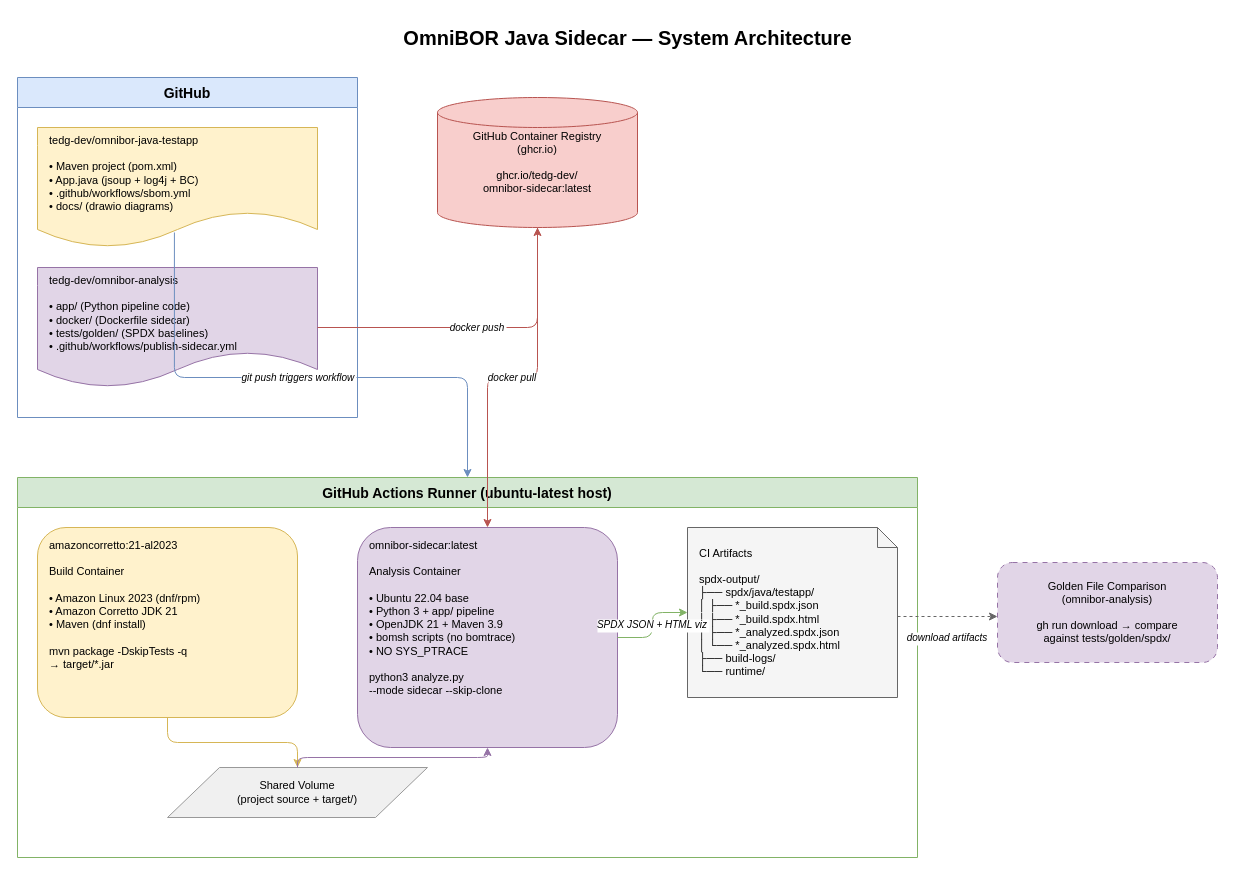
The draw.io diagram docs/architecture.drawio in tedg-dev/omnibor-java-testapp, before the edit. Source tidied: cells renumbered, new cells numbered last; positions are measured from the earlier drawing's top-left corner, leaving out a move shared by most shapes. Both pictures are drawn from the tidied source at 100%, with x=0, y=0 at pixel (17, 17).
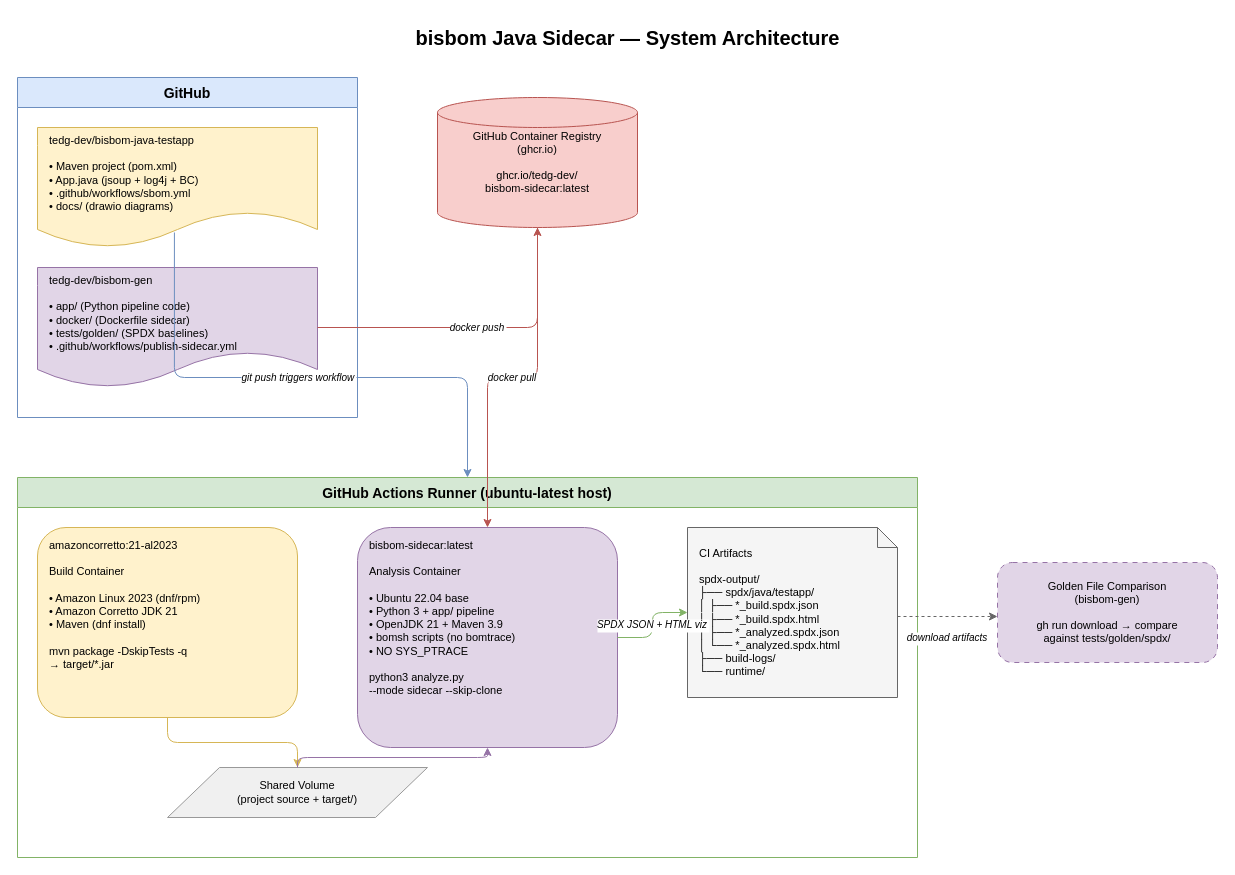
The same page after the edit.

Unchanged cells that the change refers to:
```xml
<mxCell id="3" value="GitHub" style="swimlane;startSize=30;fillColor=#dae8fc;strokeColor=#6c8ebf;fontSize=14;fontStyle=1;" parent="1" vertex="1">
  <mxGeometry y="60" width="340" height="340" as="geometry" />
</mxCell>
<mxCell id="8" value="GitHub Actions Runner (ubuntu-latest host)" style="swimlane;startSize=30;fillColor=#d5e8d4;strokeColor=#82b366;fontSize=14;fontStyle=1;" parent="1" vertex="1">
  <mxGeometry y="460" width="900" height="380" as="geometry" />
</mxCell>
```

Diff of the diagram source:
```diff
@@
-    <mxCell id="2" value="OmniBOR Java Sidecar — System Architecture" style="text;html=1;fontSize=20;fontStyle=1;align=center;verticalAlign=middle;" parent="1" vertex="1">
+    <mxCell id="2" value="bisbom Java Sidecar — System Architecture" style="text;html=1;fontSize=20;fontStyle=1;align=center;verticalAlign=middle;" parent="1" vertex="1">
       <mxGeometry x="360" width="500" height="40" as="geometry" />
     </mxCell>
@@
-    <mxCell id="4" value="tedg-dev/omnibor-java-testapp&#10;&#10;• Maven project (pom.xml)&#10;• App.java (jsoup + log4j + BC)&#10;• .github/workflows/sbom.yml&#10;• docs/ (drawio diagrams)" style="shape=document;whiteSpace=wrap;html=1;fillColor=#fff2cc;strokeColor=#d6b656;fontSize=11;align=left;spacingLeft=10;verticalAlign=top;" parent="3" vertex="1">
+    <mxCell id="4" value="tedg-dev/bisbom-java-testapp&#10;&#10;• Maven project (pom.xml)&#10;• App.java (jsoup + log4j + BC)&#10;• .github/workflows/sbom.yml&#10;• docs/ (drawio diagrams)" style="shape=document;whiteSpace=wrap;html=1;fillColor=#fff2cc;strokeColor=#d6b656;fontSize=11;align=left;spacingLeft=10;verticalAlign=top;" parent="3" vertex="1">
       <mxGeometry x="20" y="50" width="280" height="120" as="geometry" />
     </mxCell>
-    <mxCell id="5" value="tedg-dev/omnibor-analysis&#10;&#10;• app/ (Python pipeline code)&#10;• docker/ (Dockerfile sidecar)&#10;• tests/golden/ (SPDX baselines)&#10;• .github/workflows/publish-sidecar.yml" style="shape=document;whiteSpace=wrap;html=1;fillColor=#e1d5e7;strokeColor=#9673a6;fontSize=11;align=left;spacingLeft=10;verticalAlign=top;" parent="3" vertex="1">
+    <mxCell id="5" value="tedg-dev/bisbom-gen&#10;&#10;• app/ (Python pipeline code)&#10;• docker/ (Dockerfile sidecar)&#10;• tests/golden/ (SPDX baselines)&#10;• .github/workflows/publish-sidecar.yml" style="shape=document;whiteSpace=wrap;html=1;fillColor=#e1d5e7;strokeColor=#9673a6;fontSize=11;align=left;spacingLeft=10;verticalAlign=top;" parent="3" vertex="1">
       <mxGeometry x="20" y="190" width="280" height="120" as="geometry" />
     </mxCell>
-    <mxCell id="6" value="GitHub Container Registry&#10;(ghcr.io)&#10;&#10;ghcr.io/tedg-dev/&#10;  omnibor-sidecar:latest" style="shape=cylinder3;whiteSpace=wrap;html=1;fillColor=#f8cecc;strokeColor=#b85450;fontSize=11;size=15;" parent="1" vertex="1">
+    <mxCell id="6" value="GitHub Container Registry&#10;(ghcr.io)&#10;&#10;ghcr.io/tedg-dev/&#10;  bisbom-sidecar:latest" style="shape=cylinder3;whiteSpace=wrap;html=1;fillColor=#f8cecc;strokeColor=#b85450;fontSize=11;size=15;" parent="1" vertex="1">
       <mxGeometry x="420" y="80" width="200" height="130" as="geometry" />
     </mxCell>
@@
-    <mxCell id="10" value="omnibor-sidecar:latest&#10;&#10;Analysis Container&#10;&#10;• Ubuntu 22.04 base&#10;• Python 3 + app/ pipeline&#10;• OpenJDK 21 + Maven 3.9&#10;• bomsh scripts (no bomtrace)&#10;• NO SYS_PTRACE&#10;&#10;python3 analyze.py&#10;  --mode sidecar --skip-clone" style="rounded=1;whiteSpace=wrap;html=1;fillColor=#e1d5e7;strokeColor=#9673a6;fontSize=11;align=left;spacingLeft=10;verticalAlign=top;spacingTop=5;" parent="8" vertex="1">
+    <mxCell id="10" value="bisbom-sidecar:latest&#10;&#10;Analysis Container&#10;&#10;• Ubuntu 22.04 base&#10;• Python 3 + app/ pipeline&#10;• OpenJDK 21 + Maven 3.9&#10;• bomsh scripts (no bomtrace)&#10;• NO SYS_PTRACE&#10;&#10;python3 analyze.py&#10;  --mode sidecar --skip-clone" style="rounded=1;whiteSpace=wrap;html=1;fillColor=#e1d5e7;strokeColor=#9673a6;fontSize=11;align=left;spacingLeft=10;verticalAlign=top;spacingTop=5;" parent="8" vertex="1">
       <mxGeometry x="340" y="50" width="260" height="220" as="geometry" />
     </mxCell>
@@
-    <mxCell id="18" value="Golden File Comparison&#10;(omnibor-analysis)&#10;&#10;gh run download → compare&#10;against tests/golden/spdx/" style="rounded=1;whiteSpace=wrap;html=1;fillColor=#e1d5e7;strokeColor=#9673a6;fontSize=11;dashed=1;dashPattern=5 5;" parent="1" vertex="1">
+    <mxCell id="18" value="Golden File Comparison&#10;(bisbom-gen)&#10;&#10;gh run download → compare&#10;against tests/golden/spdx/" style="rounded=1;whiteSpace=wrap;html=1;fillColor=#e1d5e7;strokeColor=#9673a6;fontSize=11;dashed=1;dashPattern=5 5;" parent="1" vertex="1">
       <mxGeometry x="980" y="545" width="220" height="100" as="geometry" />
     </mxCell>
```
